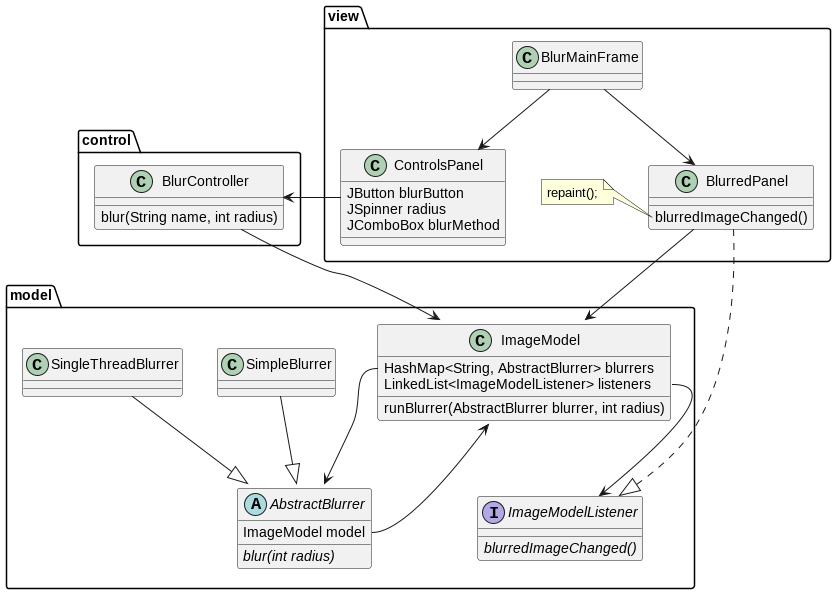
Earlier version of the PlantUML export res/mvc.png (dabrowskiw/JavaMultithreading). The source it was exported from:
```plantuml
@startuml

package "model" {
  interface ImageModelListener
  abstract class AbstractBlurrer
  class SimpleBlurrer
  class SingleThreadBlurrer
  class ImageModel
  ImageModel : HashMap<String, AbstractBlurrer> blurrers
  ImageModel : LinkedList<ImageModelListener> listeners
  ImageModel : runBlurrer(AbstractBlurrer blurrer, int radius)
  AbstractBlurrer : {abstract} blur(int radius)
  AbstractBlurrer : ImageModel model
  ImageModelListener : {abstract} blurredImageChanged()

  SimpleBlurrer --|> AbstractBlurrer
  SingleThreadBlurrer --|> AbstractBlurrer
  ImageModel::HashMap --> AbstractBlurrer
  AbstractBlurrer::ImageModel --> ImageModel
  ImageModel::LinkedList --> ImageModelListener
}

package "control" {
  class BlurController
  BlurController : blur(String name, int radius)

  BlurController --> ImageModel
}

package "view" {
    class BlurMainFrame
    class BlurredPanel implements ImageModelListener
    class ControlsPanel

    ControlsPanel : JButton blurButton
    ControlsPanel : JSpinner radius
    ControlsPanel : JComboBox blurMethod

    BlurMainFrame --> BlurredPanel
    BlurMainFrame --> ControlsPanel
    ControlsPanel --> BlurController
    BlurredPanel --> ImageModel
    BlurredPanel : blurredImageChanged()

    note left of BlurredPanel::blurredImageChanged()
      repaint();
    end note
}


@enduml
```
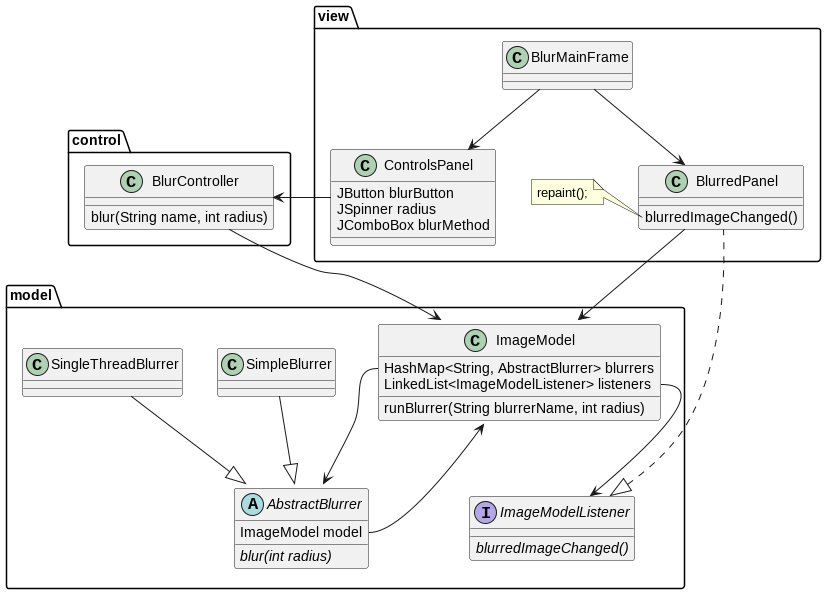
After the change.

Commit message:
Typo in UML diagram.

Diff of the diagram source:
```diff
@@ -8,7 +8,7 @@
   class ImageModel
   ImageModel : HashMap<String, AbstractBlurrer> blurrers
   ImageModel : LinkedList<ImageModelListener> listeners
-  ImageModel : runBlurrer(AbstractBlurrer blurrer, int radius)
+  ImageModel : runBlurrer(String blurrerName, int radius)
   AbstractBlurrer : {abstract} blur(int radius)
   AbstractBlurrer : ImageModel model
   ImageModelListener : {abstract} blurredImageChanged()
```
